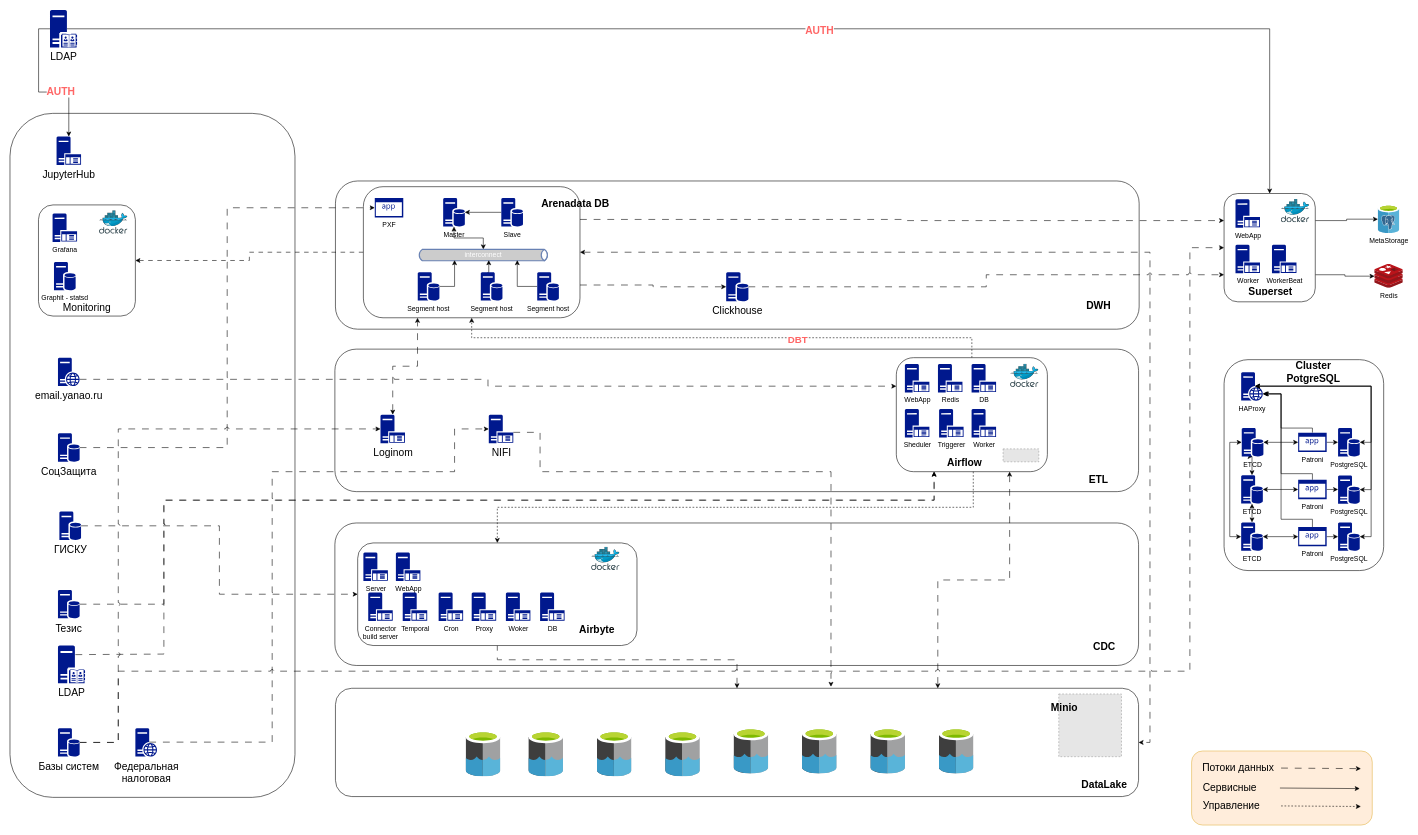
SamRozhkov/struct keeps this draw.io diagram as Диаграмма без названия.drawio. Above is the earlier version. Source tidied: cells renumbered, new cells numbered last; positions are measured from the earlier drawing's top-left corner, leaving out a move shared by most shapes. Both pictures are drawn from the tidied source at 57%, with x=0, y=0 at pixel (10, 10). Pictures stored in the file or linked from it are replaced by grey dashed boxes.
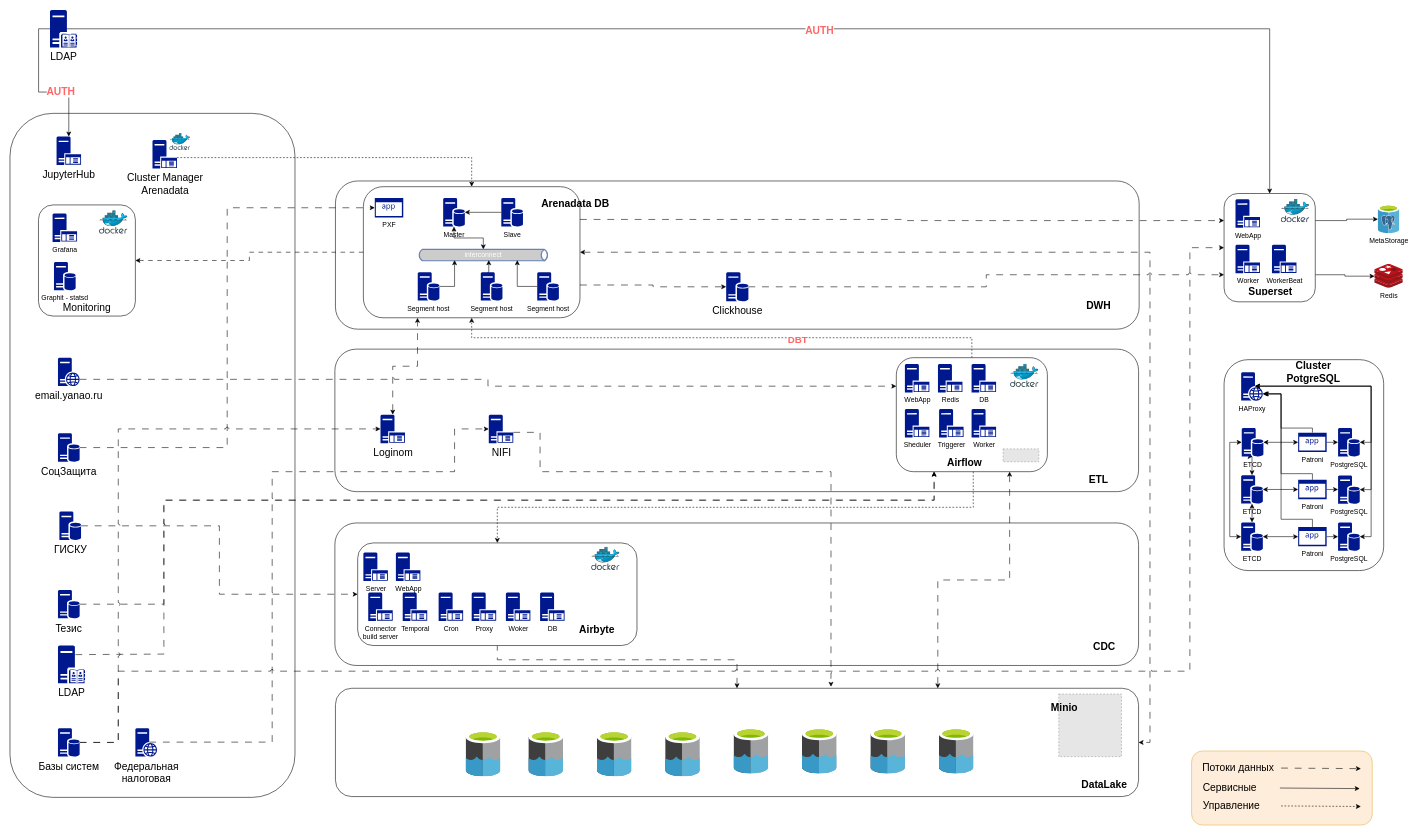
The same page after the edit.

The change refers to these unchanged cells:
```xml
<mxCell id="55" style="rounded=1;whiteSpace=wrap;html=1;" parent="1" vertex="1">
  <mxGeometry x="620" y="310" width="380" height="230" as="geometry" />
</mxCell>
```

Change to the diagram source:
```diff
@@
+    <mxCell id="142" style="edgeStyle=orthogonalEdgeStyle;rounded=0;jettySize=auto;html=1;exitX=1;exitY=0.62;exitDx=0;exitDy=0;exitPerimeter=0;entryX=0.5;entryY=0;entryDx=0;entryDy=0;dashed=1;" parent="1" edge="1" source="143" target="55">
+      <mxGeometry relative="1" as="geometry" />
+    </mxCell>
+    <mxCell id="143" value="&lt;font style=&quot;font-size: 18px;&quot;&gt;Cluster Manager&lt;br&gt;Arenadata&lt;/font&gt;" style="sketch=0;shadow=0;dashed=0;html=1;strokeColor=none;labelPosition=center;verticalLabelPosition=bottom;verticalAlign=top;align=center;fillColor=#00188D;shape=mxgraph.mscae.enterprise.application_server;" parent="1" vertex="1">
+      <mxGeometry x="250" y="228" width="43" height="50" as="geometry" />
+    </mxCell>
+    <mxCell id="144" style="image;sketch=0;html=1;align=center;fontSize=12;image=img/lib/mscae/Docker.svg;" parent="1" vertex="1">
+      <mxGeometry x="280" y="216" width="36.6" height="30" as="geometry" />
+    </mxCell>
```
